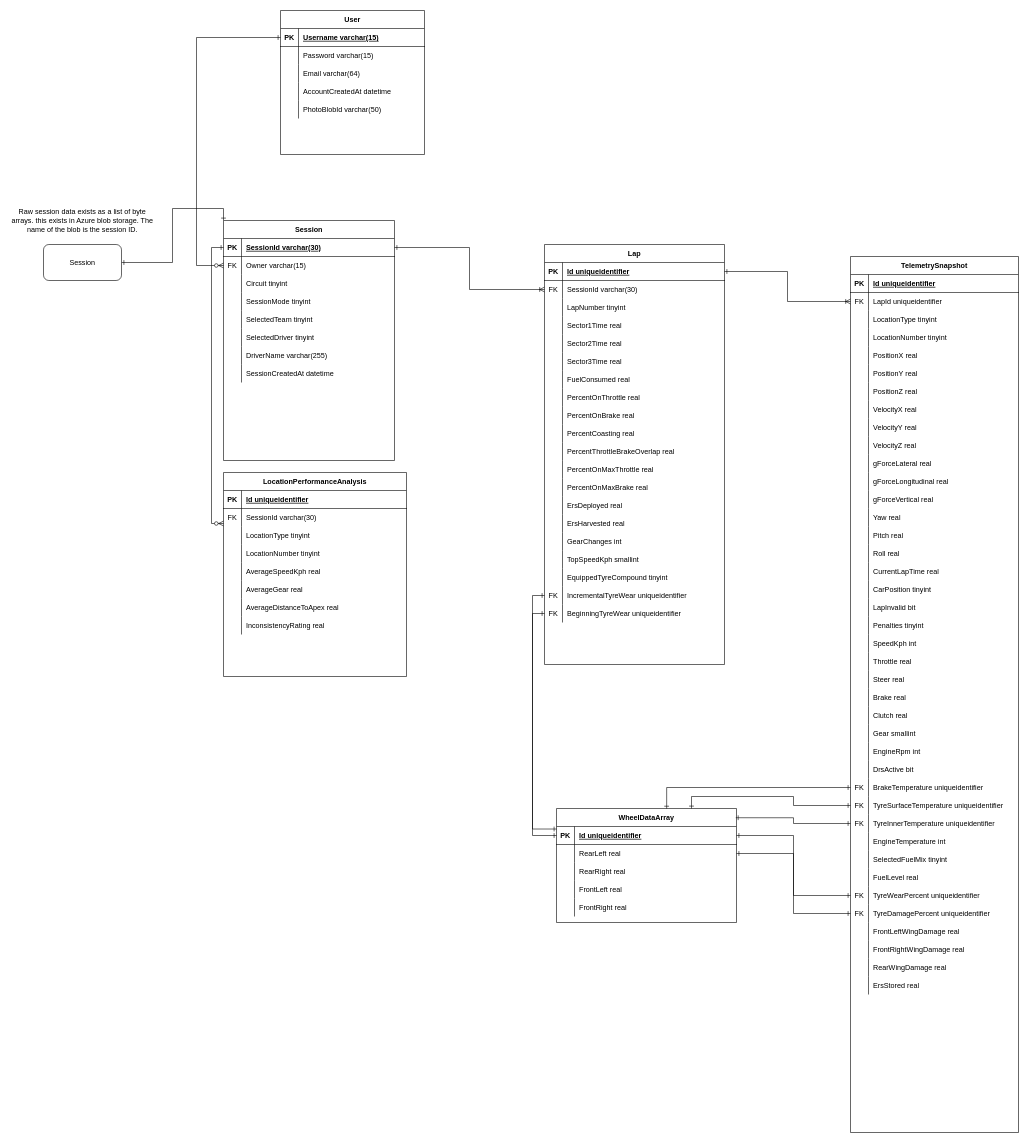
Above: page "Sessions" (1 of 2) of Cloud Storage Maps/ApexVisualSqlErd.drawio in TimHanewich/ApexVisual.F1_2020 (draw.io), before the change. Source tidied: cells renumbered, new cells numbered last; positions are measured from the earlier drawing's top-left corner, leaving out a move shared by most shapes. Both pictures are drawn from the tidied source at 60%, with x=0, y=0 at pixel (10, 10).
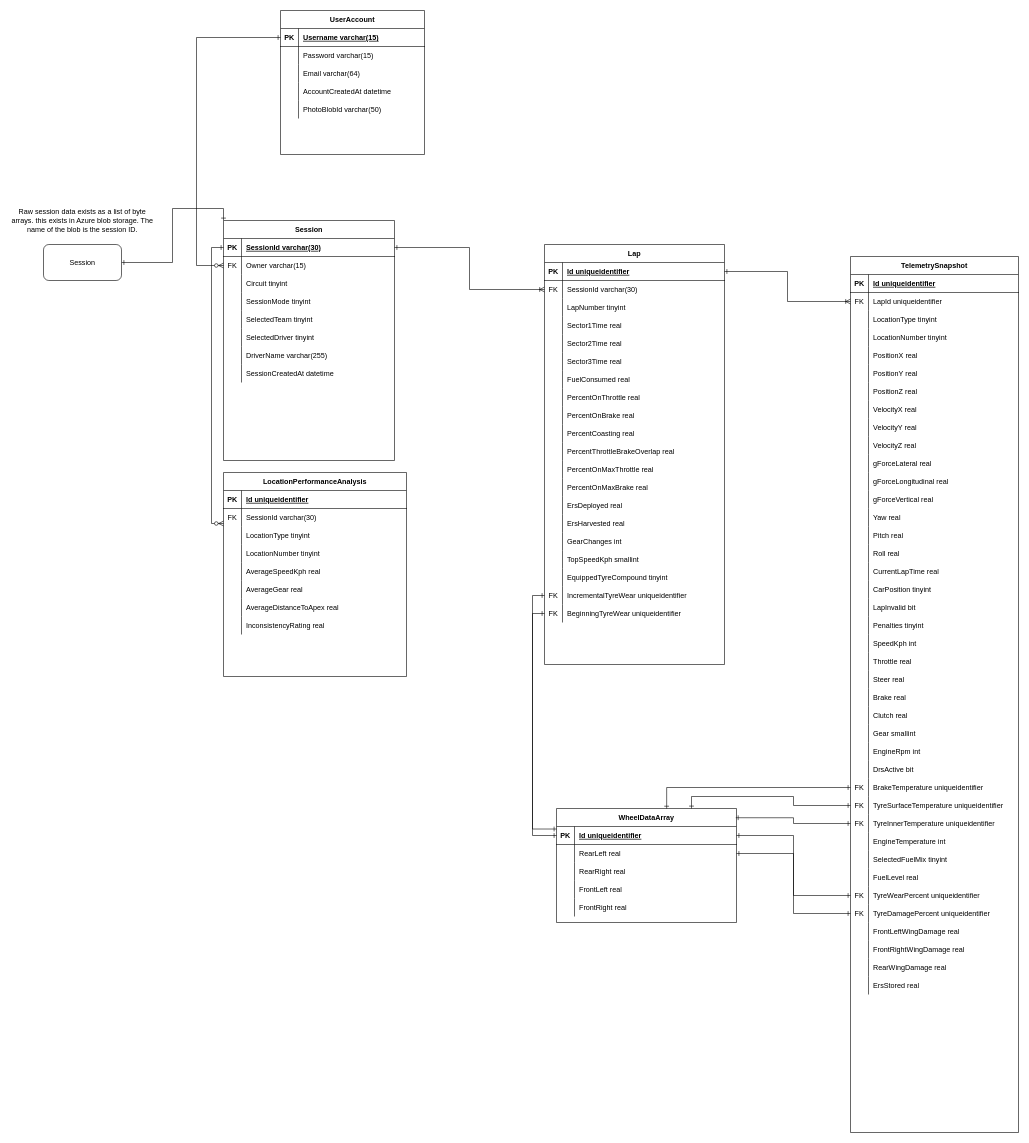
After the change.

Commit message (it also covers changes not shown here):
Changed table User to name UserAccount

User is a reserved name in SQL

What changed in the source:
```diff
@@
-    <mxCell id="263" value="User" style="shape=table;startSize=30;childLayout=tableLayout;rowLines=0;fontStyle=1;align=center;" parent="1" vertex="1">
+    <mxCell id="263" value="UserAccount" style="shape=table;startSize=30;childLayout=tableLayout;rowLines=0;fontStyle=1;align=center;" parent="1" vertex="1">
       <mxGeometry x="450" width="240" height="240" as="geometry" />
     </mxCell>
```
